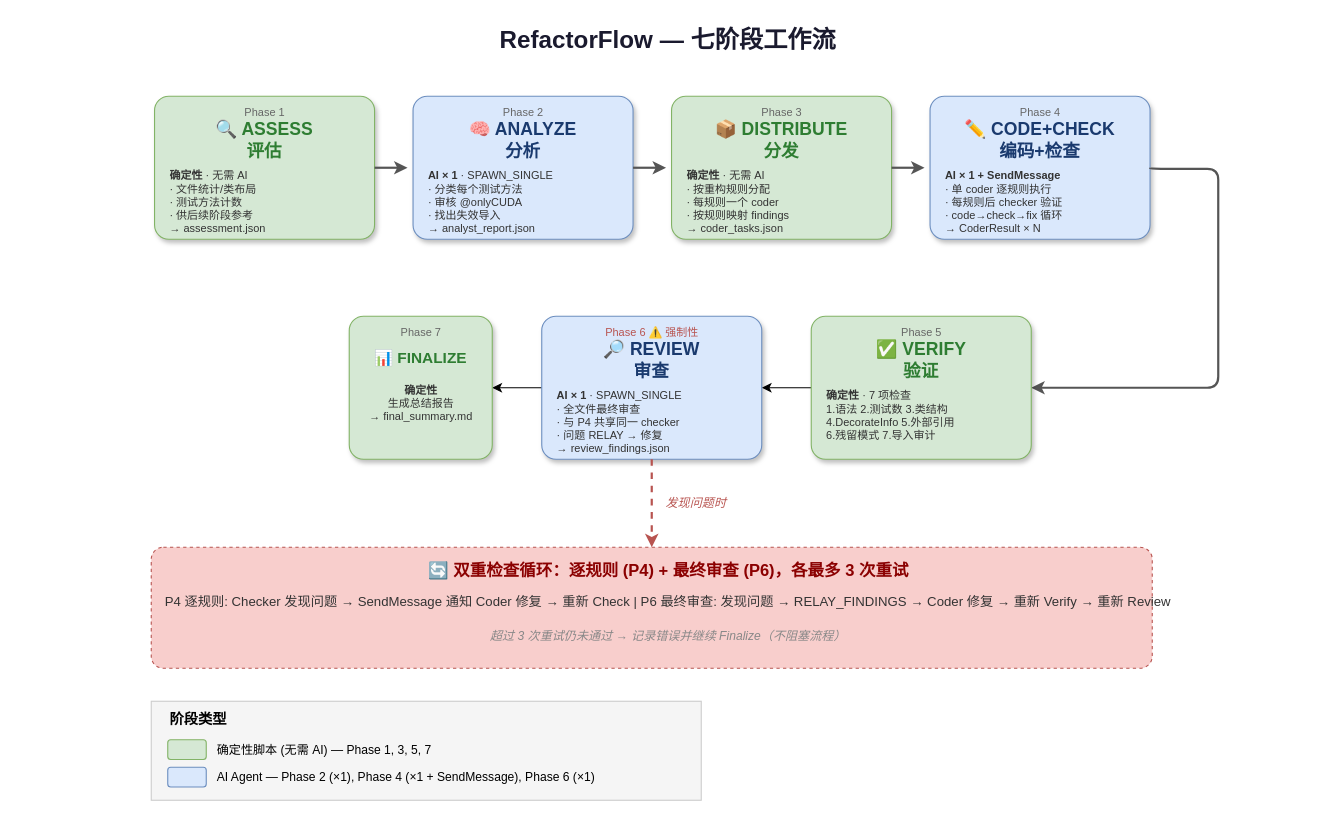
KarhouTam/agent-skills keeps this draw.io diagram as pytorch-test-refactoring/.assets/diagrams/workflow.drawio. Above is the earlier version. Source tidied: cells renumbered, new cells numbered last; positions are measured from the earlier drawing's top-left corner, leaving out a move shared by most shapes. Both pictures are drawn from the tidied source at 110%, with x=0, y=0 at pixel (19, 19).
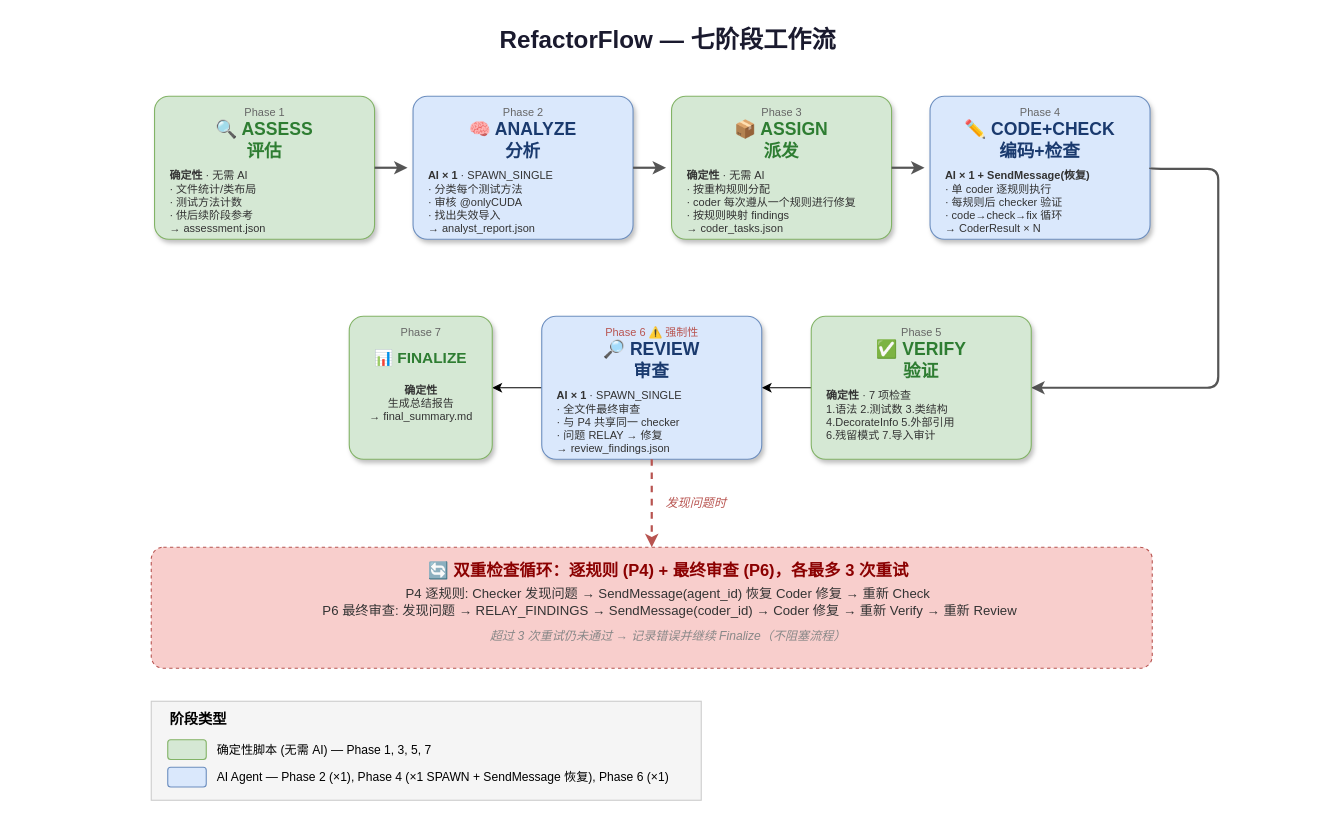
The same diagram, later.

Change to the diagram source:
```diff
@@
-    <mxCell id="15" value="📦 DISTRIBUTE&lt;br&gt;分发" style="text;html=1;strokeColor=none;fillColor=none;align=center;verticalAlign=middle;whiteSpace=wrap;fontSize=16;fontStyle=1;fontColor=#2e7d32;" parent="1" vertex="1">
+    <mxCell id="15" value="📦 ASSIGN&lt;br&gt;派发" style="text;html=1;strokeColor=none;fillColor=none;align=center;verticalAlign=middle;whiteSpace=wrap;fontSize=16;fontStyle=1;fontColor=#2e7d32;" parent="1" vertex="1">
       <mxGeometry x="598" y="92" width="190" height="35" as="geometry" />
     </mxCell>
-    <mxCell id="16" value="&lt;b&gt;确定性&lt;/b&gt; · 无需 AI&lt;br&gt;· 按重构规则分配&lt;br&gt;· 每规则一个 coder&lt;br&gt;· 按规则映射 findings&lt;br&gt;→ coder_tasks.json" style="text;html=1;strokeColor=none;fillColor=none;align=left;verticalAlign=top;whiteSpace=wrap;fontSize=10;fontColor=#333;" parent="1" vertex="1">
+    <mxCell id="16" value="&lt;b&gt;确定性&lt;/b&gt; · 无需 AI&lt;br&gt;· 按重构规则分配&lt;br&gt;· coder 每次遵从一个规则进行修复&lt;br&gt;· 按规则映射 findings&lt;br&gt;→ coder_tasks.json" style="text;html=1;strokeColor=none;fillColor=none;align=left;verticalAlign=top;whiteSpace=wrap;fontSize=10;fontColor=#333;" parent="1" vertex="1">
       <mxGeometry x="605" y="130" width="180" height="62" as="geometry" />
     </mxCell>
@@
-    <mxCell id="21" value="&lt;b&gt;AI × 1 + SendMessage&lt;/b&gt;&lt;br&gt;· 单 coder 逐规则执行&lt;br&gt;· 每规则后 checker 验证&lt;br&gt;· code→check→fix 循环&lt;br&gt;→ CoderResult × N" style="text;html=1;strokeColor=none;fillColor=none;align=left;verticalAlign=top;whiteSpace=wrap;fontSize=10;fontColor=#333;" parent="1" vertex="1">
+    <mxCell id="21" value="&lt;b&gt;AI × 1 + SendMessage(恢复)&lt;/b&gt;&lt;br&gt;· 单 coder 逐规则执行&lt;br&gt;· 每规则后 checker 验证&lt;br&gt;· code→check→fix 循环&lt;br&gt;→ CoderResult × N" style="text;html=1;strokeColor=none;fillColor=none;align=left;verticalAlign=top;whiteSpace=wrap;fontSize=10;fontColor=#333;" parent="1" vertex="1">
       <mxGeometry x="840" y="130" width="180" height="62" as="geometry" />
     </mxCell>
@@
-    <mxCell id="39" value="P4 逐规则: Checker 发现问题 → SendMessage 通知 Coder 修复 → 重新 Check | P6 最终审查: 发现问题 → RELAY_FINDINGS → Coder 修复 → 重新 Verify → 重新 Review" style="text;html=1;strokeColor=none;fillColor=none;align=center;verticalAlign=middle;whiteSpace=wrap;fontSize=12;fontColor=#333;" parent="1" vertex="1">
+    <mxCell id="39" value="P4 逐规则: Checker 发现问题 → SendMessage(agent_id) 恢复 Coder 修复 → 重新 Check&lt;div&gt;&amp;nbsp;P6 最终审查: 发现问题 → RELAY_FINDINGS → SendMessage(coder_id) → Coder 修复 → 重新 Verify → 重新 Review&lt;/div&gt;" style="text;html=1;strokeColor=none;fillColor=none;align=center;verticalAlign=middle;whiteSpace=wrap;fontSize=12;fontColor=#333;" parent="1" vertex="1">
       <mxGeometry y="515" width="1180" height="30" as="geometry" />
     </mxCell>
@@
-    <mxCell id="48" value="AI Agent — Phase 2 (×1), Phase 4 (×1 + SendMessage), Phase 6 (×1)" style="text;html=1;strokeColor=none;fillColor=none;align=left;verticalAlign=middle;fontSize=11;" parent="1" vertex="1">
+    <mxCell id="48" value="AI Agent — Phase 2 (×1), Phase 4 (×1 SPAWN + SendMessage 恢复), Phase 6 (×1)" style="text;html=1;strokeColor=none;fillColor=none;align=left;verticalAlign=middle;fontSize=11;" parent="1" vertex="1">
       <mxGeometry x="178" y="678" width="320" height="22" as="geometry" />
     </mxCell>
```
